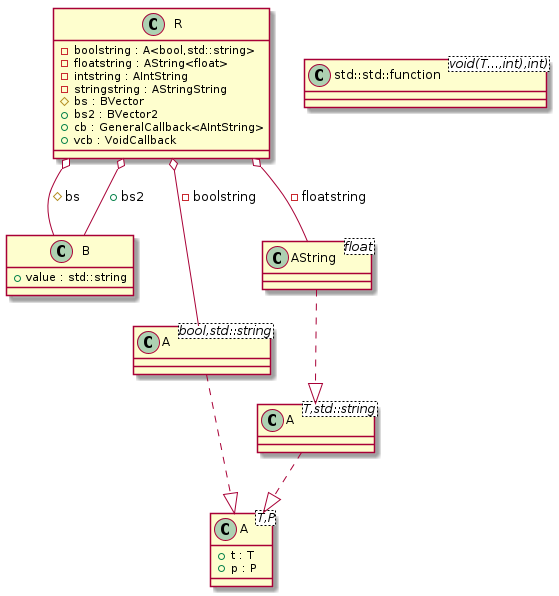
The PlantUML diagram docs/test_cases/t00014_class.png in bkryza/clang-uml, before a commit.
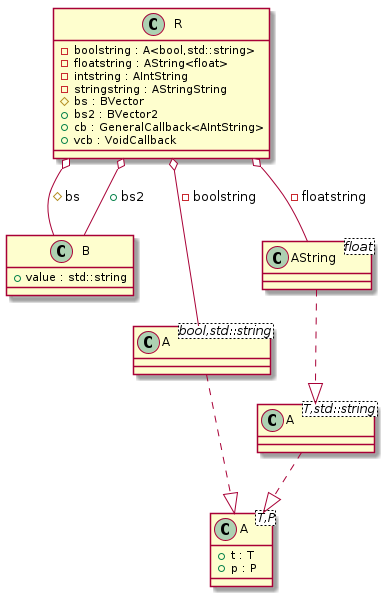
Above is the later version.

What changed in the source:
```diff
@@ -2,8 +2,6 @@
 class "A<T,P>" as C_0000000227
 
 class "A<T,std::string>" as C_0000000229
-
-class "std::std::function<void(T...,int),int)>" as C_0000000231
 
 class "B" as C_0000000233
 
@@ -21,9 +19,6 @@
 class C_0000000229 {
 }
 C_0000000229 ..|> C_0000000227
-
-class C_0000000231 {
-}
 
 class C_0000000233 {
 +value : std::string
```
